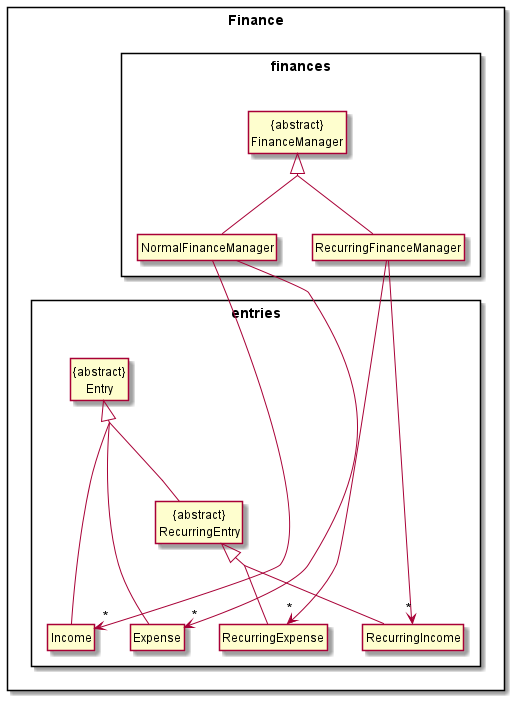
This is docs/images/Finance.png from yanjia1777/tp, a PlantUML export, as it was before one commit.
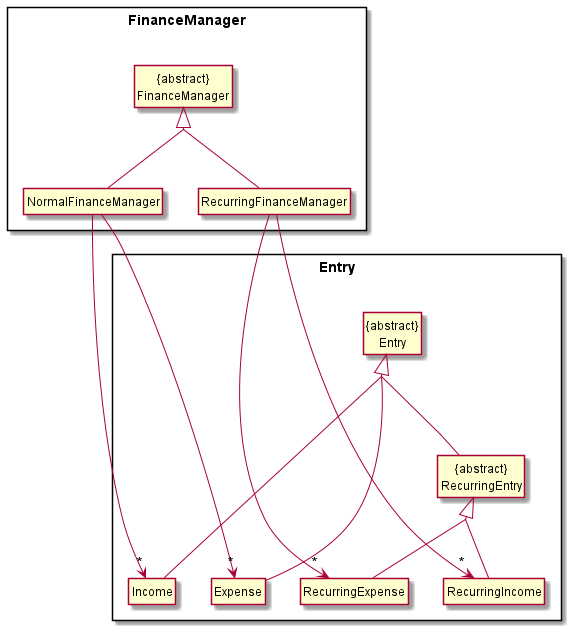
The same diagram one commit later.

What changed in the source:
```diff
@@ -2,14 +2,13 @@
 hide circle
 skinparam classAttributeIconSize 0
 skinparam groupInheritance 2
-package "Finance" <<Rectangle>> {
-package "finances" <<Rectangle>> {
+package "FinanceManager" <<Rectangle>> {
 class  "{abstract}\nFinanceManager"
 class NormalFinanceManager
 class RecurringFinanceManager
 }
 
-package "entries" <<Rectangle>> {
+package "Entry" <<Rectangle>> {
 
 class "{abstract}\nRecurringEntry"
 class RecurringExpense
@@ -22,18 +21,18 @@
 RecurringFinanceManager -u-|> "{abstract}\nFinanceManager"
 NormalFinanceManager -u-|> "{abstract}\nFinanceManager"
 
+
+
+RecurringFinanceManager ----> "*" RecurringIncome
+RecurringFinanceManager ----> "*" RecurringExpense
+NormalFinanceManager ----> "*" Income
+NormalFinanceManager ----> "*" Expense
+
 "{abstract}\nRecurringEntry" -u-|> "{abstract}\nEntry"
 RecurringIncome -u-|> "{abstract}\nRecurringEntry"
 RecurringExpense -u-|> "{abstract}\nRecurringEntry"
 Income -u--|> "{abstract}\nEntry"
 Expense -u--|> "{abstract}\nEntry"
 
-RecurringFinanceManager ----> "*" RecurringIncome
-RecurringFinanceManager ----> "*" RecurringExpense
-NormalFinanceManager ----> "*" Income
-NormalFinanceManager ----> "*" Expense
-
-
-}
 hide members
 @enduml
```
